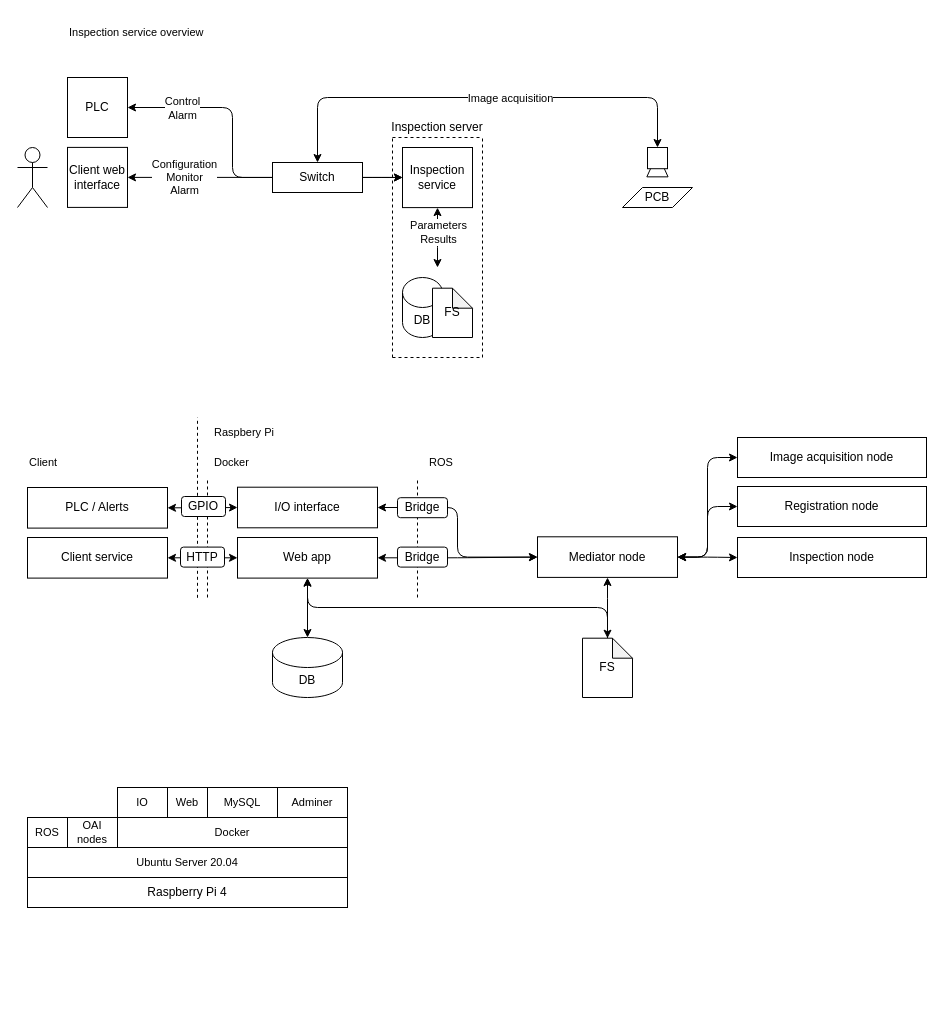
Above: page "System architecture overview" (1 of 5) of design.drawio in ChrnyaevEK/open-aoi (draw.io), before the change. Source tidied: cells renumbered, new cells numbered last; positions are measured from the earlier drawing's top-left corner, leaving out a move shared by most shapes. Both pictures are drawn from the tidied source at 100%, with x=0, y=0 at pixel (17, 17).
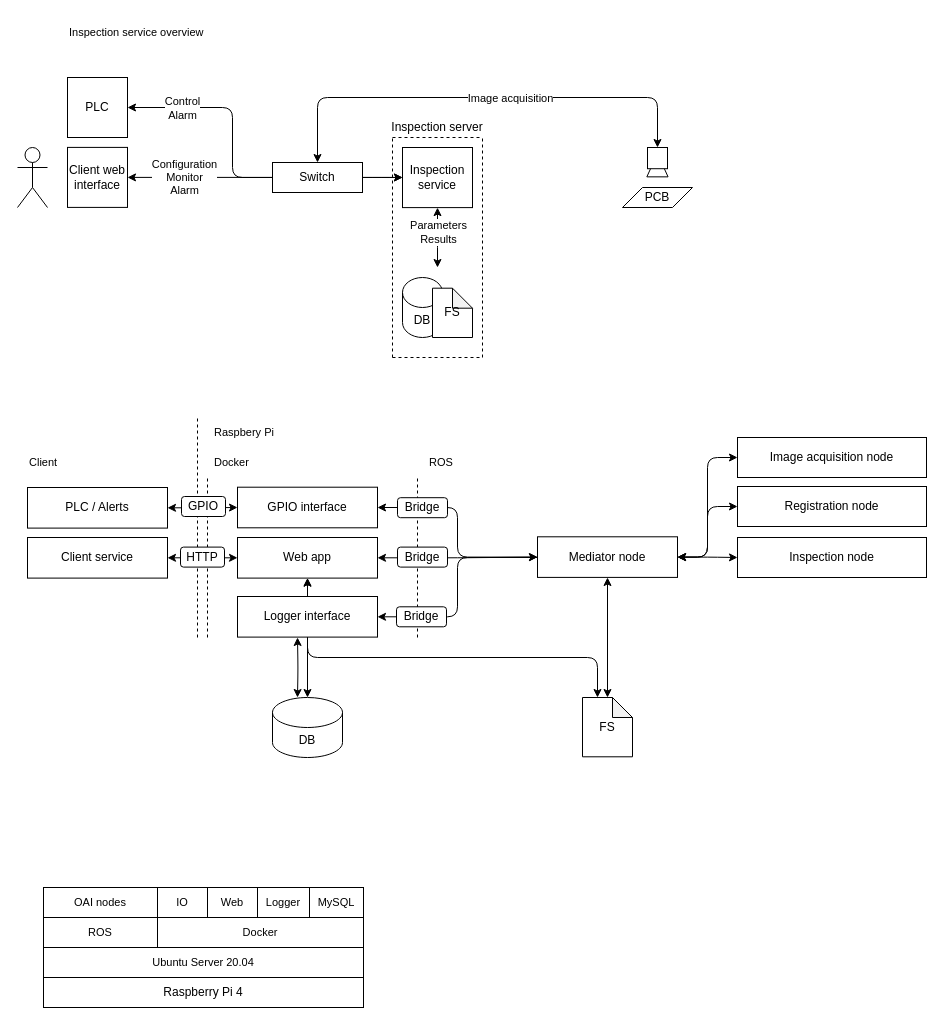
Above is the later version.

Unchanged cells that the change refers to:
```xml
<mxCell id="31" value="Web app" style="rounded=0;whiteSpace=wrap;html=1;fillColor=default;" parent="1" vertex="1">
  <mxGeometry x="220" y="520" width="140" height="40.6" as="geometry" />
</mxCell>
```

Diff of the diagram source:
```diff
@@
     <mxCell id="2" style="endArrow=none;dashed=1;html=1;fontSize=11;fillColor=default;jumpStyle=none;" parent="1" edge="1">
       <mxGeometry relative="1" as="geometry">
-        <mxPoint x="180" y="580.3" as="sourcePoint" />
+        <mxPoint x="180" y="620" as="sourcePoint" />
         <mxPoint x="180" y="400" as="targetPoint" />
       </mxGeometry>
     </mxCell>
@@
     <mxCell id="28" style="endArrow=none;dashed=1;html=1;fontSize=11;fillColor=default;jumpStyle=none;" parent="1" edge="1">
       <mxGeometry relative="1" as="geometry">
-        <mxPoint x="190" y="580" as="sourcePoint" />
+        <mxPoint x="190" y="620" as="sourcePoint" />
         <mxPoint x="190" y="460" as="targetPoint" />
       </mxGeometry>
     </mxCell>
@@
-    <mxCell id="30" style="edgeStyle=orthogonalEdgeStyle;html=1;startArrow=classic;startFill=1;" parent="1" edge="1" source="31" target="55">
+    <mxCell id="30" style="edgeStyle=orthogonalEdgeStyle;jumpStyle=none;jumpSize=6;html=1;entryX=0.5;entryY=0;entryDx=0;entryDy=0;entryPerimeter=0;strokeWidth=1;startArrow=classic;startFill=1;endArrow=classic;endFill=1;startSize=6;endSize=6;" parent="1" edge="1" source="31" target="55">
       <mxGeometry relative="1" as="geometry" />
     </mxCell>
+    <mxCell id="69" style="edgeStyle=orthogonalEdgeStyle;jumpStyle=none;jumpSize=6;html=1;entryX=0;entryY=0;entryDx=15;entryDy=0;entryPerimeter=0;strokeWidth=1;startArrow=classic;startFill=1;endArrow=classic;endFill=1;startSize=6;endSize=6;" parent="1" edge="1" source="31" target="50">
+      <mxGeometry relative="1" as="geometry">
+        <Array as="points">
+          <mxPoint x="290" y="640" />
+          <mxPoint x="580" y="640" />
+        </Array>
+      </mxGeometry>
+    </mxCell>
@@
-    <mxCell id="33" value="I/O interface" style="rounded=0;whiteSpace=wrap;html=1;fillColor=default;" parent="1" vertex="1">
+    <mxCell id="33" value="GPIO interface" style="rounded=0;whiteSpace=wrap;html=1;fillColor=default;" parent="1" vertex="1">
       <mxGeometry x="220" y="469.7" width="140" height="40.6" as="geometry" />
     </mxCell>
@@
     <mxCell id="44" value="Docker" style="rounded=0;whiteSpace=wrap;html=1;fontSize=11;fillColor=default;" parent="1" vertex="1">
-      <mxGeometry x="100" y="800" width="230" height="30" as="geometry" />
+      <mxGeometry x="140" y="900" width="206" height="30" as="geometry" />
     </mxCell>
     <mxCell id="45" value="&lt;span style=&quot;font-size: 11px;&quot;&gt;Ubuntu Server 20.04&lt;/span&gt;" style="rounded=0;whiteSpace=wrap;html=1;fontSize=11;fillColor=default;" parent="1" vertex="1">
-      <mxGeometry x="10" y="830" width="320" height="30" as="geometry" />
+      <mxGeometry x="26" y="930" width="320" height="30" as="geometry" />
     </mxCell>
     <mxCell id="46" value="MySQL" style="rounded=0;whiteSpace=wrap;html=1;fontSize=11;fillColor=default;" parent="1" vertex="1">
-      <mxGeometry x="190" y="770" width="70" height="30" as="geometry" />
+      <mxGeometry x="292" y="870" width="54" height="30" as="geometry" />
     </mxCell>
     <mxCell id="47" value="ROS" style="rounded=0;whiteSpace=wrap;html=1;fontSize=11;fillColor=default;" parent="1" vertex="1">
-      <mxGeometry x="10" y="800" width="40" height="30" as="geometry" />
+      <mxGeometry x="26" y="900" width="114" height="30" as="geometry" />
     </mxCell>
@@
-    <mxCell id="49" style="edgeStyle=orthogonalEdgeStyle;html=1;entryX=0.5;entryY=1;entryDx=0;entryDy=0;" parent="1" edge="1" source="50" target="31">
-      <mxGeometry relative="1" as="geometry">
-        <Array as="points">
-          <mxPoint x="590" y="590" />
-          <mxPoint x="290" y="590" />
-        </Array>
-      </mxGeometry>
-    </mxCell>
     <mxCell id="50" value="FS" style="shape=note;whiteSpace=wrap;html=1;backgroundOutline=1;darkOpacity=0.05;size=20;" parent="1" vertex="1">
-      <mxGeometry x="565" y="620.7" width="50" height="59.3" as="geometry" />
+      <mxGeometry x="565" y="680" width="50" height="59.3" as="geometry" />
     </mxCell>
     <mxCell id="51" style="endArrow=none;dashed=1;html=1;fontSize=11;fillColor=default;jumpStyle=none;" parent="1" edge="1">
       <mxGeometry relative="1" as="geometry">
-        <mxPoint x="400" y="580" as="sourcePoint" />
+        <mxPoint x="400" y="620" as="sourcePoint" />
         <mxPoint x="400" y="460" as="targetPoint" />
       </mxGeometry>
     </mxCell>
@@
     <mxCell id="55" value="DB" style="shape=cylinder3;whiteSpace=wrap;html=1;boundedLbl=1;backgroundOutline=1;size=15;" parent="1" vertex="1">
-      <mxGeometry x="255" y="620" width="70" height="60" as="geometry" />
+      <mxGeometry x="255" y="680" width="70" height="60" as="geometry" />
     </mxCell>
-    <mxCell id="56" value="OAI&lt;br&gt;nodes" style="rounded=0;whiteSpace=wrap;html=1;fontSize=11;fillColor=default;" parent="1" vertex="1">
-      <mxGeometry x="50" y="800" width="50" height="30" as="geometry" />
+    <mxCell id="56" value="OAI nodes" style="rounded=0;whiteSpace=wrap;html=1;fontSize=11;fillColor=default;" parent="1" vertex="1">
+      <mxGeometry x="26" y="870" width="114" height="30" as="geometry" />
     </mxCell>
     <mxCell id="57" value="IO" style="rounded=0;whiteSpace=wrap;html=1;fontSize=11;fillColor=default;" parent="1" vertex="1">
-      <mxGeometry x="100" y="770" width="50" height="30" as="geometry" />
+      <mxGeometry x="140" y="870" width="50" height="30" as="geometry" />
     </mxCell>
     <mxCell id="58" value="Web" style="rounded=0;whiteSpace=wrap;html=1;fontSize=11;fillColor=default;" parent="1" vertex="1">
-      <mxGeometry x="150" y="770" width="40" height="30" as="geometry" />
+      <mxGeometry x="190" y="870" width="50" height="30" as="geometry" />
     </mxCell>
@@
     <mxCell id="61" value="Raspberry Pi 4" style="rounded=0;whiteSpace=wrap;html=1;" parent="1" vertex="1">
-      <mxGeometry x="10" y="860" width="320" height="30" as="geometry" />
+      <mxGeometry x="26" y="960" width="320" height="30" as="geometry" />
     </mxCell>
-    <mxCell id="62" value="Adminer" style="rounded=0;whiteSpace=wrap;html=1;fontSize=11;fillColor=default;" parent="1" vertex="1">
-      <mxGeometry x="260" y="770" width="70" height="30" as="geometry" />
-    </mxCell>
@@
+    <mxCell id="70" style="edgeStyle=orthogonalEdgeStyle;jumpStyle=none;jumpSize=6;html=1;strokeWidth=1;startArrow=classic;startFill=1;endArrow=none;endFill=0;startSize=6;endSize=12;exitX=1;exitY=0.5;exitDx=0;exitDy=0;" parent="1" edge="1" source="72">
+      <mxGeometry relative="1" as="geometry">
+        <mxPoint x="520" y="540" as="targetPoint" />
+        <Array as="points">
+          <mxPoint x="440" y="599" />
+          <mxPoint x="440" y="540" />
+        </Array>
+      </mxGeometry>
+    </mxCell>
+    <mxCell id="71" style="edgeStyle=orthogonalEdgeStyle;jumpStyle=none;jumpSize=6;html=1;entryX=0.357;entryY=0;entryDx=0;entryDy=0;entryPerimeter=0;strokeWidth=1;startArrow=classic;startFill=1;endArrow=classic;endFill=1;startSize=6;endSize=6;" parent="1" edge="1" target="55">
+      <mxGeometry relative="1" as="geometry">
+        <mxPoint x="280" y="620" as="sourcePoint" />
+      </mxGeometry>
+    </mxCell>
+    <mxCell id="72" value="Logger interface" style="rounded=0;whiteSpace=wrap;html=1;fillColor=default;" parent="1" vertex="1">
+      <mxGeometry x="220" y="579" width="140" height="40.6" as="geometry" />
+    </mxCell>
+    <mxCell id="73" value="Bridge" style="rounded=1;whiteSpace=wrap;html=1;" parent="1" vertex="1">
+      <mxGeometry x="379" y="589.3" width="50" height="20" as="geometry" />
+    </mxCell>
+    <mxCell id="74" value="Logger" style="rounded=0;whiteSpace=wrap;html=1;fontSize=11;fillColor=default;" parent="1" vertex="1">
+      <mxGeometry x="240" y="870" width="52" height="30" as="geometry" />
+    </mxCell>
```
